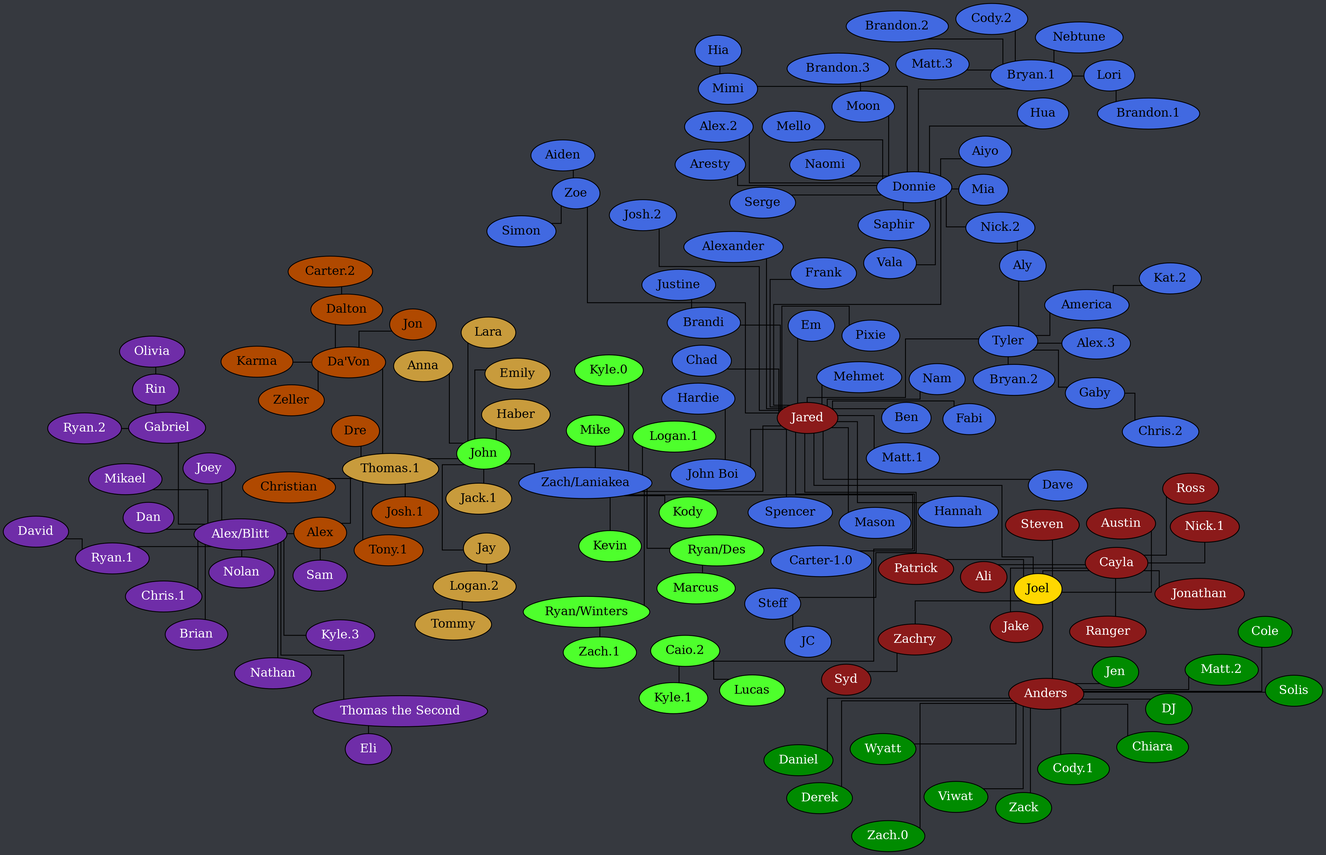
Documidas/CoronaCatzFamilyTree keeps this Graphviz diagram as tree.png. Above is the earlier version. Its source is kept beside it as tree.dot.
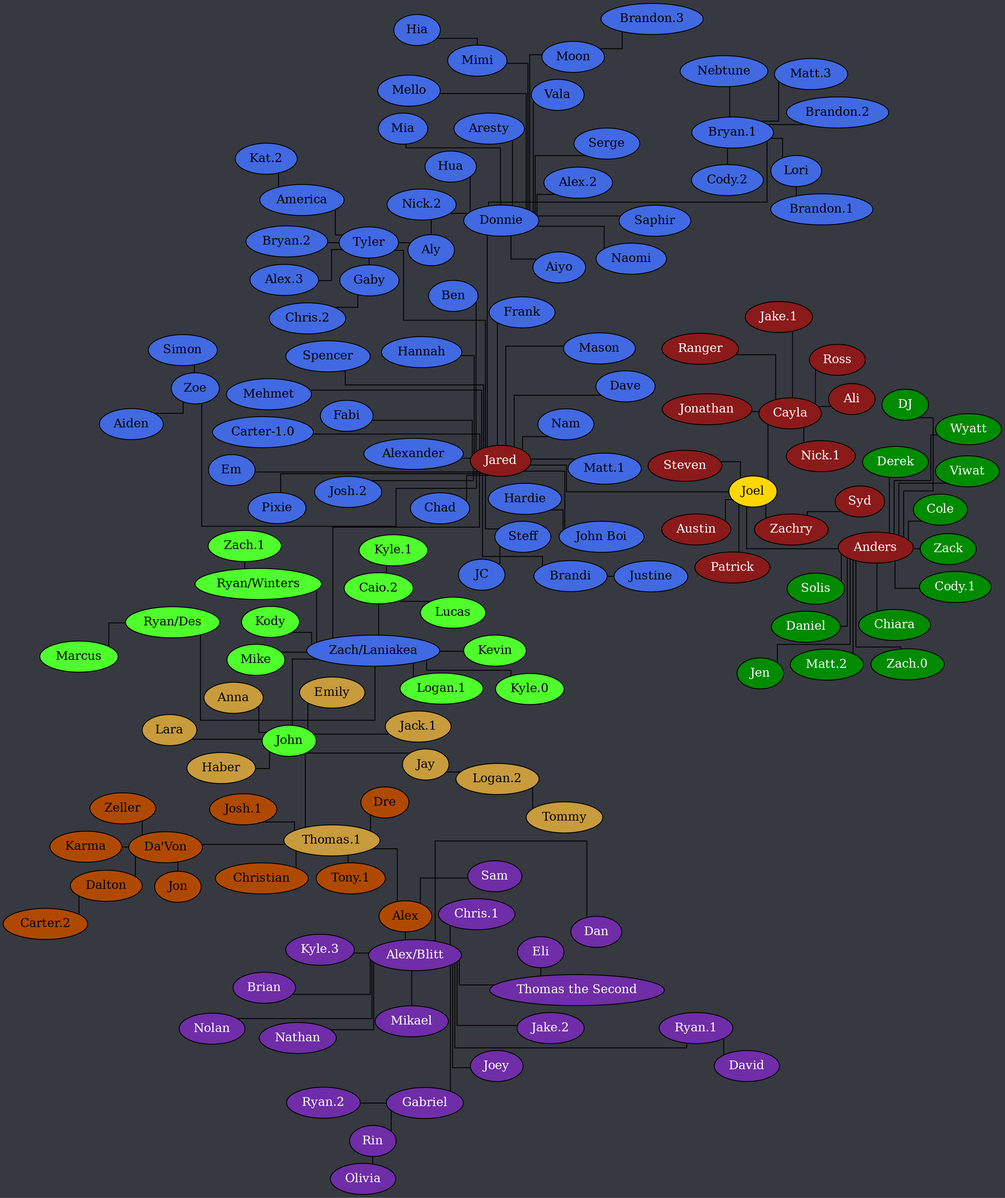
Later version of the same file.

Diff of the diagram source:
```diff
@@ -16,7 +16,7 @@
 		Joel [ style=filled fillcolor="gold" fontcolor="black" ];
 
 		Cayla -- Ali;
-		Cayla -- Jake;
+		Cayla -- "Jake.1";
 		Cayla -- Jonathan;
 		Cayla -- "Nick.1";
 		Cayla -- Ranger;
@@ -169,6 +169,7 @@
 		"Alex/Blitt" -- "Chris.1";
 		"Alex/Blitt" -- Dan;
 		"Alex/Blitt" -- Gabriel;
+		"Alex/Blitt" -- "Jake.2";
 		"Alex/Blitt" -- Joey;
 		"Alex/Blitt" -- "Kyle.3";
 		"Alex/Blitt" -- Mikael;
```
